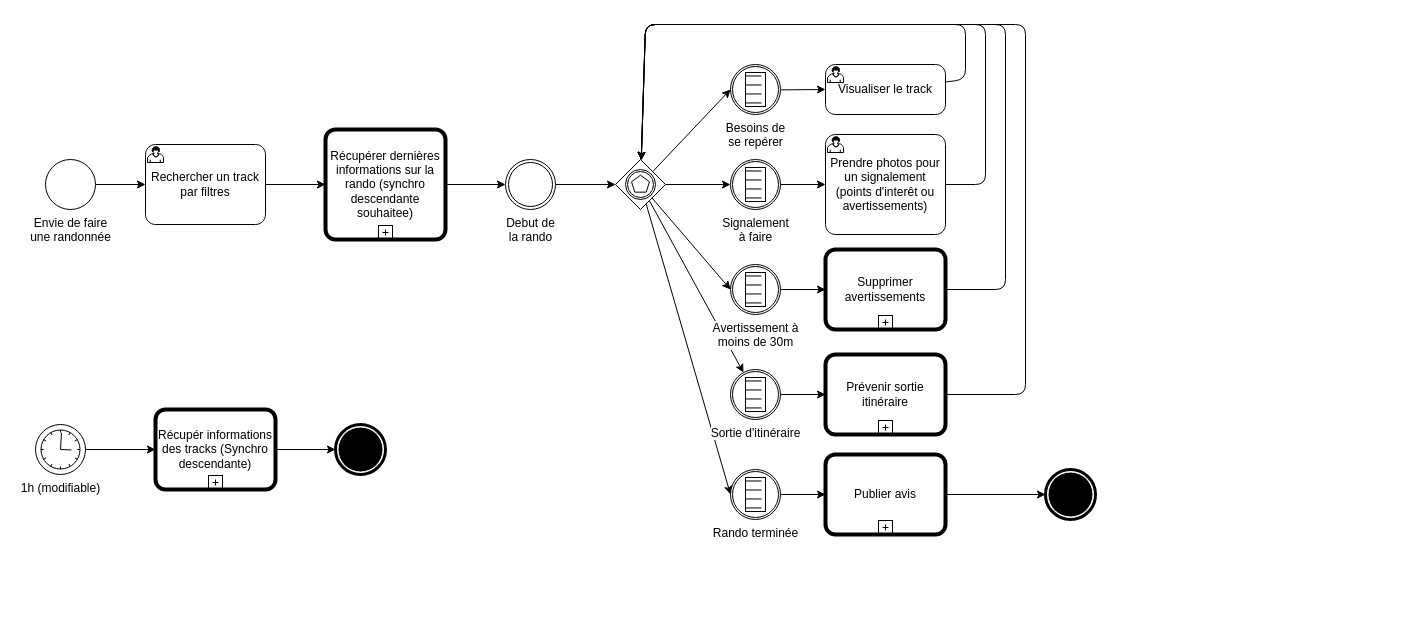
projetDansLaMontagne/Valpineta keeps this draw.io diagram as Documentation/BPMN/BPMN-Global.drawio. Above is the earlier version. Source tidied: cells renumbered, new cells numbered last; positions are measured from the earlier drawing's top-left corner, leaving out a move shared by most shapes. Both pictures are drawn from the tidied source at 100%, with x=0, y=0 at pixel (35, 24).
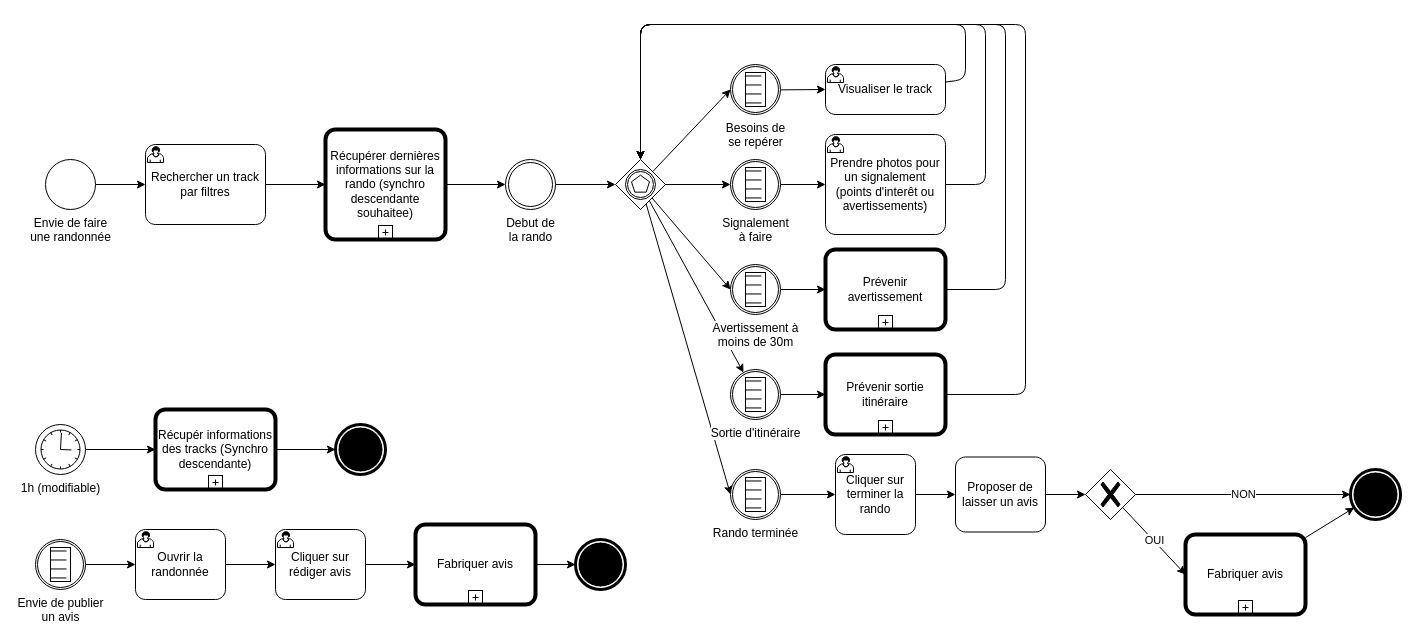
Above is the later version.

Commit message (it also covers changes not shown here):
Mise au propre de la fabrication d'avis

Unchanged cells that the change refers to:
```xml
<mxCell id="11" value="Visualiser le track" style="points=[[0.25,0,0],[0.5,0,0],[0.75,0,0],[1,0.25,0],[1,0.5,0],[1,0.75,0],[0.75,1,0],[0.5,1,0],[0.25,1,0],[0,0.75,0],[0,0.5,0],[0,0.25,0]];shape=mxgraph.bpmn.task;whiteSpace=wrap;rectStyle=rounded;size=10;html=1;taskMarker=user;" parent="1" vertex="1">
  <mxGeometry x="790" y="40" width="120" height="50" as="geometry" />
</mxCell>
<mxCell id="17" value="Prendre photos pour un signalement (points d'interêt ou avertissements)" style="points=[[0.25,0,0],[0.5,0,0],[0.75,0,0],[1,0.25,0],[1,0.5,0],[1,0.75,0],[0.75,1,0],[0.5,1,0],[0.25,1,0],[0,0.75,0],[0,0.5,0],[0,0.25,0]];shape=mxgraph.bpmn.task;whiteSpace=wrap;rectStyle=rounded;size=10;html=1;taskMarker=user;" parent="1" vertex="1">
  <mxGeometry x="790" y="110" width="120" height="100" as="geometry" />
</mxCell>
<mxCell id="30" style="points=[[0.25,0.25,0],[0.5,0,0],[0.75,0.25,0],[1,0.5,0],[0.75,0.75,0],[0.5,1,0],[0.25,0.75,0],[0,0.5,0]];shape=mxgraph.bpmn.gateway2;html=1;verticalLabelPosition=bottom;labelBackgroundColor=#ffffff;verticalAlign=top;align=center;perimeter=rhombusPerimeter;outlineConnect=0;outline=catching;symbol=multiple;" parent="1" vertex="1">
  <mxGeometry x="580" y="135" width="50" height="50" as="geometry" />
</mxCell>
<mxCell id="32" value="Prévenir sortie itinéraire" style="points=[[0.25,0,0],[0.5,0,0],[0.75,0,0],[1,0.25,0],[1,0.5,0],[1,0.75,0],[0.75,1,0],[0.5,1,0],[0.25,1,0],[0,0.75,0],[0,0.5,0],[0,0.25,0]];shape=mxgraph.bpmn.task;whiteSpace=wrap;rectStyle=rounded;size=10;html=1;bpmnShapeType=call;isLoopSub=1;" parent="1" vertex="1">
  <mxGeometry x="790" y="330" width="120" height="80" as="geometry" />
</mxCell>
<mxCell id="41" value="Rando terminée" style="points=[[0.145,0.145,0],[0.5,0,0],[0.855,0.145,0],[1,0.5,0],[0.855,0.855,0],[0.5,1,0],[0.145,0.855,0],[0,0.5,0]];shape=mxgraph.bpmn.event;html=1;verticalLabelPosition=bottom;labelBackgroundColor=#ffffff;verticalAlign=top;align=center;perimeter=ellipsePerimeter;outlineConnect=0;outline=catching;symbol=conditional;" parent="1" vertex="1">
  <mxGeometry x="695" y="445" width="50" height="50" as="geometry" />
</mxCell>
```

The edit, as a diff of the source:
```diff
@@
     <mxCell id="10" style="edgeStyle=none;html=1;" parent="1" edge="1" source="11" target="30">
       <mxGeometry relative="1" as="geometry">
         <Array as="points">
           <mxPoint x="930" y="55" />
           <mxPoint x="930" />
-          <mxPoint x="610" />
+          <mxPoint x="605" />
         </Array>
       </mxGeometry>
     </mxCell>
@@
-    <mxCell id="12" style="edgeStyle=none;html=1;exitX=1;exitY=0.5;exitDx=0;exitDy=0;exitPerimeter=0;" parent="1" edge="1" source="41" target="14">
+    <mxCell id="12" style="edgeStyle=none;html=1;" parent="1" edge="1" source="41" target="42">
       <mxGeometry relative="1" as="geometry" />
     </mxCell>
@@
-    <mxCell id="14" value="Publier avis" style="points=[[0.25,0,0],[0.5,0,0],[0.75,0,0],[1,0.25,0],[1,0.5,0],[1,0.75,0],[0.75,1,0],[0.5,1,0],[0.25,1,0],[0,0.75,0],[0,0.5,0],[0,0.25,0]];shape=mxgraph.bpmn.task;whiteSpace=wrap;rectStyle=rounded;size=10;html=1;bpmnShapeType=call;isLoopSub=1;" parent="1" vertex="1">
-      <mxGeometry x="790" y="430" width="120" height="80" as="geometry" />
+    <mxCell id="14" value="Fabriquer avis" style="points=[[0.25,0,0],[0.5,0,0],[0.75,0,0],[1,0.25,0],[1,0.5,0],[1,0.75,0],[0.75,1,0],[0.5,1,0],[0.25,1,0],[0,0.75,0],[0,0.5,0],[0,0.25,0]];shape=mxgraph.bpmn.task;whiteSpace=wrap;rectStyle=rounded;size=10;html=1;bpmnShapeType=call;isLoopSub=1;" parent="1" vertex="1">
+      <mxGeometry x="1150" y="510" width="120" height="80" as="geometry" />
     </mxCell>
     <mxCell id="15" style="points=[[0.145,0.145,0],[0.5,0,0],[0.855,0.145,0],[1,0.5,0],[0.855,0.855,0],[0.5,1,0],[0.145,0.855,0],[0,0.5,0]];shape=mxgraph.bpmn.event;html=1;verticalLabelPosition=bottom;labelBackgroundColor=#ffffff;verticalAlign=top;align=center;perimeter=ellipsePerimeter;outlineConnect=0;outline=end;symbol=terminate;" parent="1" vertex="1">
-      <mxGeometry x="1010" y="445" width="50" height="50" as="geometry" />
+      <mxGeometry x="1315" y="445" width="50" height="50" as="geometry" />
     </mxCell>
     <mxCell id="16" style="edgeStyle=none;html=1;" parent="1" edge="1" source="17" target="30">
       <mxGeometry relative="1" as="geometry">
         <Array as="points">
           <mxPoint x="950" y="160" />
           <mxPoint x="950" />
-          <mxPoint x="610" />
+          <mxPoint x="605" />
         </Array>
       </mxGeometry>
     </mxCell>
@@
     <mxCell id="18" style="edgeStyle=none;html=1;" parent="1" edge="1" source="19" target="30">
       <mxGeometry relative="1" as="geometry">
         <Array as="points">
           <mxPoint x="970" y="265" />
           <mxPoint x="970" />
-          <mxPoint x="610" />
+          <mxPoint x="605" />
         </Array>
       </mxGeometry>
     </mxCell>
-    <mxCell id="19" value="Supprimer avertissements" style="points=[[0.25,0,0],[0.5,0,0],[0.75,0,0],[1,0.25,0],[1,0.5,0],[1,0.75,0],[0.75,1,0],[0.5,1,0],[0.25,1,0],[0,0.75,0],[0,0.5,0],[0,0.25,0]];shape=mxgraph.bpmn.task;whiteSpace=wrap;rectStyle=rounded;size=10;html=1;bpmnShapeType=call;isLoopSub=1;" parent="1" vertex="1">
+    <mxCell id="19" value="Prévenir avertissement" style="points=[[0.25,0,0],[0.5,0,0],[0.75,0,0],[1,0.25,0],[1,0.5,0],[1,0.75,0],[0.75,1,0],[0.5,1,0],[0.25,1,0],[0,0.75,0],[0,0.5,0],[0,0.25,0]];shape=mxgraph.bpmn.task;whiteSpace=wrap;rectStyle=rounded;size=10;html=1;bpmnShapeType=call;isLoopSub=1;" parent="1" vertex="1">
       <mxGeometry x="790" y="225" width="120" height="80" as="geometry" />
     </mxCell>
@@
     <mxCell id="31" style="edgeStyle=none;html=1;" parent="1" edge="1" source="32" target="30">
       <mxGeometry relative="1" as="geometry">
         <Array as="points">
           <mxPoint x="990" y="370" />
           <mxPoint x="990" />
-          <mxPoint x="610" />
+          <mxPoint x="605" />
         </Array>
       </mxGeometry>
     </mxCell>
@@
+    <mxCell id="42" value="Cliquer sur terminer la rando" style="points=[[0.25,0,0],[0.5,0,0],[0.75,0,0],[1,0.25,0],[1,0.5,0],[1,0.75,0],[0.75,1,0],[0.5,1,0],[0.25,1,0],[0,0.75,0],[0,0.5,0],[0,0.25,0]];shape=mxgraph.bpmn.task;whiteSpace=wrap;rectStyle=rounded;size=10;html=1;taskMarker=user;" parent="1" vertex="1">
+      <mxGeometry x="800" y="430" width="80" height="80" as="geometry" />
+    </mxCell>
+    <mxCell id="43" style="edgeStyle=none;html=1;" parent="1" edge="1" source="44" target="48">
+      <mxGeometry relative="1" as="geometry" />
+    </mxCell>
+    <mxCell id="44" value="Proposer de laisser un avis" style="points=[[0.25,0,0],[0.5,0,0],[0.75,0,0],[1,0.25,0],[1,0.5,0],[1,0.75,0],[0.75,1,0],[0.5,1,0],[0.25,1,0],[0,0.75,0],[0,0.5,0],[0,0.25,0]];shape=mxgraph.bpmn.task;whiteSpace=wrap;rectStyle=rounded;size=10;html=1;taskMarker=abstract;" parent="1" vertex="1">
+      <mxGeometry x="920" y="432.5" width="90" height="75" as="geometry" />
+    </mxCell>
+    <mxCell id="45" style="edgeStyle=none;html=1;" parent="1" edge="1" source="42" target="44">
+      <mxGeometry relative="1" as="geometry" />
+    </mxCell>
+    <mxCell id="46" value="NON" style="edgeStyle=none;html=1;" parent="1" edge="1" source="48" target="15">
+      <mxGeometry relative="1" as="geometry" />
+    </mxCell>
+    <mxCell id="47" value="OUI" style="edgeStyle=none;html=1;entryX=0;entryY=0.5;entryDx=0;entryDy=0;entryPerimeter=0;" parent="1" edge="1" source="48" target="14">
+      <mxGeometry relative="1" as="geometry" />
+    </mxCell>
+    <mxCell id="48" style="points=[[0.25,0.25,0],[0.5,0,0],[0.75,0.25,0],[1,0.5,0],[0.75,0.75,0],[0.5,1,0],[0.25,0.75,0],[0,0.5,0]];shape=mxgraph.bpmn.gateway2;html=1;verticalLabelPosition=bottom;labelBackgroundColor=#ffffff;verticalAlign=top;align=center;perimeter=rhombusPerimeter;outlineConnect=0;outline=none;symbol=none;gwType=exclusive;" parent="1" vertex="1">
+      <mxGeometry x="1050" y="445" width="50" height="50" as="geometry" />
+    </mxCell>
+    <mxCell id="49" style="edgeStyle=none;html=1;" parent="1" edge="1" source="50" target="56">
+      <mxGeometry relative="1" as="geometry" />
+    </mxCell>
+    <mxCell id="50" value="Cliquer sur rédiger avis" style="points=[[0.25,0,0],[0.5,0,0],[0.75,0,0],[1,0.25,0],[1,0.5,0],[1,0.75,0],[0.75,1,0],[0.5,1,0],[0.25,1,0],[0,0.75,0],[0,0.5,0],[0,0.25,0]];shape=mxgraph.bpmn.task;whiteSpace=wrap;rectStyle=rounded;size=10;html=1;taskMarker=user;" parent="1" vertex="1">
+      <mxGeometry x="240" y="505" width="90" height="70" as="geometry" />
+    </mxCell>
+    <mxCell id="51" style="edgeStyle=none;html=1;" parent="1" edge="1" source="52" target="50">
+      <mxGeometry relative="1" as="geometry" />
+    </mxCell>
+    <mxCell id="52" value="Ouvrir la randonnée" style="points=[[0.25,0,0],[0.5,0,0],[0.75,0,0],[1,0.25,0],[1,0.5,0],[1,0.75,0],[0.75,1,0],[0.5,1,0],[0.25,1,0],[0,0.75,0],[0,0.5,0],[0,0.25,0]];shape=mxgraph.bpmn.task;whiteSpace=wrap;rectStyle=rounded;size=10;html=1;taskMarker=user;" parent="1" vertex="1">
+      <mxGeometry x="100" y="505" width="90" height="70" as="geometry" />
+    </mxCell>
+    <mxCell id="53" style="edgeStyle=none;html=1;" parent="1" edge="1" source="54" target="52">
+      <mxGeometry relative="1" as="geometry" />
+    </mxCell>
+    <mxCell id="54" value="Envie de publier&lt;br style=&quot;border-color: var(--border-color);&quot;&gt;un avis" style="points=[[0.145,0.145,0],[0.5,0,0],[0.855,0.145,0],[1,0.5,0],[0.855,0.855,0],[0.5,1,0],[0.145,0.855,0],[0,0.5,0]];shape=mxgraph.bpmn.event;html=1;verticalLabelPosition=bottom;labelBackgroundColor=#ffffff;verticalAlign=top;align=center;perimeter=ellipsePerimeter;outlineConnect=0;outline=catching;symbol=conditional;" parent="1" vertex="1">
+      <mxGeometry y="515" width="50" height="50" as="geometry" />
+    </mxCell>
+    <mxCell id="55" style="edgeStyle=none;html=1;" parent="1" edge="1" source="56" target="57">
+      <mxGeometry relative="1" as="geometry" />
+    </mxCell>
+    <mxCell id="56" value="Fabriquer avis" style="points=[[0.25,0,0],[0.5,0,0],[0.75,0,0],[1,0.25,0],[1,0.5,0],[1,0.75,0],[0.75,1,0],[0.5,1,0],[0.25,1,0],[0,0.75,0],[0,0.5,0],[0,0.25,0]];shape=mxgraph.bpmn.task;whiteSpace=wrap;rectStyle=rounded;size=10;html=1;bpmnShapeType=call;isLoopSub=1;" parent="1" vertex="1">
+      <mxGeometry x="380" y="500" width="120" height="80" as="geometry" />
+    </mxCell>
+    <mxCell id="57" style="points=[[0.145,0.145,0],[0.5,0,0],[0.855,0.145,0],[1,0.5,0],[0.855,0.855,0],[0.5,1,0],[0.145,0.855,0],[0,0.5,0]];shape=mxgraph.bpmn.event;html=1;verticalLabelPosition=bottom;labelBackgroundColor=#ffffff;verticalAlign=top;align=center;perimeter=ellipsePerimeter;outlineConnect=0;outline=end;symbol=terminate;" parent="1" vertex="1">
+      <mxGeometry x="540" y="515" width="50" height="50" as="geometry" />
+    </mxCell>
```
